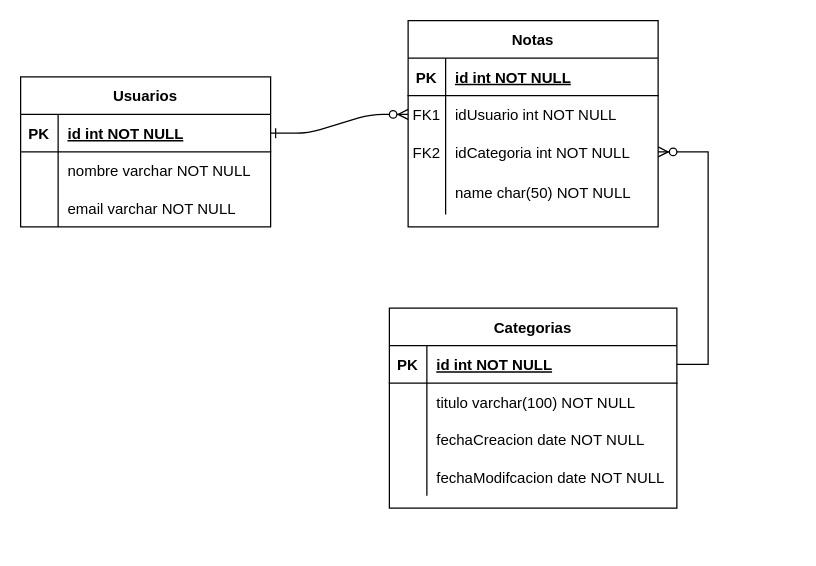
The draw.io diagram tareasDb.drawio in antoniooroug/tareasDataBase, before the edit. Source tidied: cells renumbered, new cells numbered last; positions are measured from the earlier drawing's top-left corner, leaving out a move shared by most shapes. Both pictures are drawn from the tidied source at 125%, with x=0, y=0 at pixel (20, 20).
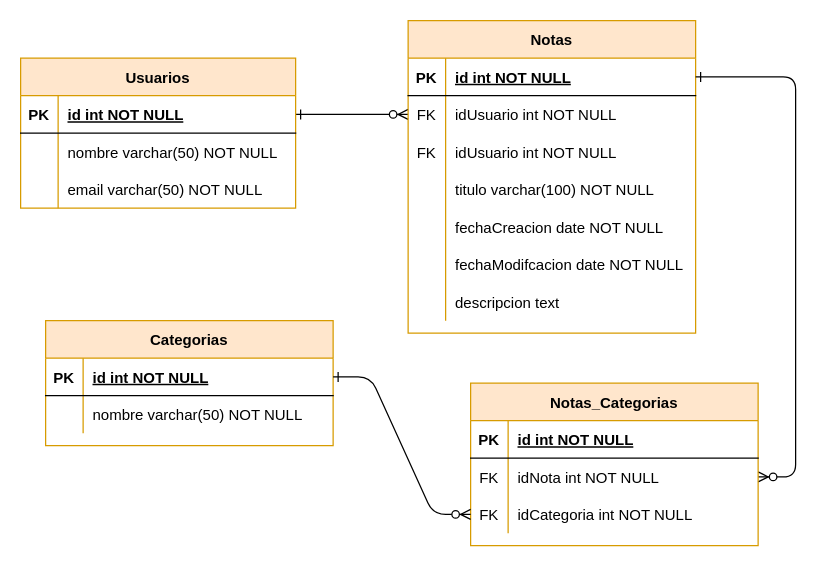
The same page after the edit.

The change refers to these unchanged cells:
```xml
<mxCell id="17" style="shape=partialRectangle;fillColor=none;points=[[0,0.5],[1,0.5]];portConstraint=eastwest;top=0;left=0;right=0;bottom=1;" parent="16" vertex="1">
  <mxGeometry y="30" width="230" height="30" as="geometry" />
</mxCell>
<mxCell id="20" style="shape=partialRectangle;fillColor=none;top=0;left=0;right=0;bottom=0;" parent="16" vertex="1">
  <mxGeometry y="60" width="230" height="30" as="geometry" />
</mxCell>
```

The edit, as a diff of the source:
```diff
@@
-    <mxCell id="3" value="Notas" style="shape=table;startSize=30;childLayout=tableLayout;rowLines=0;fontStyle=1;align=center;" parent="1" vertex="1">
-      <mxGeometry x="310" width="200" height="165" as="geometry" />
+    <mxCell id="3" value="Notas" style="shape=table;startSize=30;childLayout=tableLayout;rowLines=0;fontStyle=1;align=center;fillColor=#ffe6cc;strokeColor=#d79b00;" parent="1" vertex="1">
+      <mxGeometry x="310" width="230" height="250" as="geometry" />
     </mxCell>
     <mxCell id="4" style="shape=partialRectangle;fillColor=none;points=[[0,0.5],[1,0.5]];portConstraint=eastwest;top=0;left=0;right=0;bottom=1;" parent="3" vertex="1">
-      <mxGeometry y="30" width="200" height="30" as="geometry" />
+      <mxGeometry y="30" width="230" height="30" as="geometry" />
     </mxCell>
@@
     <mxCell id="6" value="id int NOT NULL " style="shape=partialRectangle;overflow=hidden;fillColor=none;top=0;left=0;bottom=0;right=0;align=left;spacingLeft=6;fontStyle=5;" parent="4" vertex="1">
-      <mxGeometry x="30" width="170" height="30" as="geometry" />
+      <mxGeometry x="30" width="200" height="30" as="geometry" />
     </mxCell>
     <mxCell id="7" style="shape=partialRectangle;fillColor=none;points=[[0,0.5],[1,0.5]];portConstraint=eastwest;top=0;left=0;right=0;bottom=0;" parent="3" vertex="1">
-      <mxGeometry y="60" width="200" height="30" as="geometry" />
+      <mxGeometry y="60" width="230" height="30" as="geometry" />
     </mxCell>
-    <mxCell id="8" value="FK1" style="shape=partialRectangle;overflow=hidden;fillColor=none;top=0;left=0;bottom=0;right=0;" parent="7" vertex="1">
+    <mxCell id="8" value="FK" style="shape=partialRectangle;overflow=hidden;fillColor=none;top=0;left=0;bottom=0;right=0;" parent="7" vertex="1">
       <mxGeometry width="30" height="30" as="geometry" />
     </mxCell>
     <mxCell id="9" value="idUsuario int NOT NULL" style="shape=partialRectangle;overflow=hidden;fillColor=none;top=0;left=0;bottom=0;right=0;align=left;spacingLeft=6;" parent="7" vertex="1">
-      <mxGeometry x="30" width="170" height="30" as="geometry" />
+      <mxGeometry x="30" width="200" height="30" as="geometry" />
     </mxCell>
+    <mxCell id="40" style="shape=partialRectangle;fillColor=none;top=0;left=0;right=0;bottom=0;" parent="3" vertex="1">
+      <mxGeometry y="90" width="230" height="30" as="geometry" />
+    </mxCell>
+    <mxCell id="41" value="FK" style="shape=partialRectangle;overflow=hidden;fillColor=none;top=0;left=0;bottom=0;right=0;" parent="40" vertex="1">
+      <mxGeometry width="30" height="30" as="geometry" />
+    </mxCell>
+    <mxCell id="42" value="idUsuario int NOT NULL" style="shape=partialRectangle;overflow=hidden;fillColor=none;top=0;left=0;bottom=0;right=0;align=left;spacingLeft=6;" parent="40" vertex="1">
+      <mxGeometry x="30" width="200" height="30" as="geometry" />
+    </mxCell>
+    <mxCell id="43" style="shape=partialRectangle;fillColor=none;top=0;left=0;right=0;bottom=0;" parent="3" vertex="1">
+      <mxGeometry y="120" width="230" height="30" as="geometry" />
+    </mxCell>
+    <mxCell id="44" style="shape=partialRectangle;overflow=hidden;fillColor=none;top=0;left=0;bottom=0;right=0;" parent="43" vertex="1">
+      <mxGeometry width="30" height="30" as="geometry" />
+    </mxCell>
+    <mxCell id="45" value="titulo varchar(100) NOT NULL" style="shape=partialRectangle;overflow=hidden;fillColor=none;top=0;left=0;bottom=0;right=0;align=left;spacingLeft=6;" parent="43" vertex="1">
+      <mxGeometry x="30" width="200" height="30" as="geometry" />
+    </mxCell>
+    <mxCell id="23" style="shape=partialRectangle;fillColor=none;top=0;left=0;right=0;bottom=0;" parent="3" vertex="1">
+      <mxGeometry y="150" width="230" height="30" as="geometry" />
+    </mxCell>
+    <mxCell id="24" style="shape=partialRectangle;overflow=hidden;fillColor=none;top=0;left=0;bottom=0;right=0;" parent="23" vertex="1">
+      <mxGeometry width="30" height="30" as="geometry" />
+    </mxCell>
+    <mxCell id="25" value="fechaCreacion date NOT NULL" style="shape=partialRectangle;overflow=hidden;fillColor=none;top=0;left=0;bottom=0;right=0;align=left;spacingLeft=6;" parent="23" vertex="1">
+      <mxGeometry x="30" width="200" height="30" as="geometry" />
+    </mxCell>
+    <mxCell id="26" style="shape=partialRectangle;fillColor=none;top=0;left=0;right=0;bottom=0;" parent="3" vertex="1">
+      <mxGeometry y="180" width="230" height="30" as="geometry" />
+    </mxCell>
+    <mxCell id="27" style="shape=partialRectangle;overflow=hidden;fillColor=none;top=0;left=0;bottom=0;right=0;" parent="26" vertex="1">
+      <mxGeometry width="30" height="30" as="geometry" />
+    </mxCell>
+    <mxCell id="28" value="fechaModifcacion date NOT NULL" style="shape=partialRectangle;overflow=hidden;fillColor=none;top=0;left=0;bottom=0;right=0;align=left;spacingLeft=6;" parent="26" vertex="1">
+      <mxGeometry x="30" width="200" height="30" as="geometry" />
+    </mxCell>
     <mxCell id="10" style="shape=partialRectangle;fillColor=none;points=[[0,0.5],[1,0.5]];portConstraint=eastwest;top=0;left=0;right=0;bottom=0;" parent="3" vertex="1">
-      <mxGeometry y="90" width="200" height="30" as="geometry" />
+      <mxGeometry y="210" width="230" height="30" as="geometry" />
     </mxCell>
-    <mxCell id="11" value="FK2" style="shape=partialRectangle;overflow=hidden;fillColor=none;top=0;left=0;bottom=0;right=0;" parent="10" vertex="1">
+    <mxCell id="11" style="shape=partialRectangle;overflow=hidden;fillColor=none;top=0;left=0;bottom=0;right=0;" parent="10" vertex="1">
       <mxGeometry width="30" height="30" as="geometry" />
     </mxCell>
-    <mxCell id="12" value="idCategoria int NOT NULL" style="shape=partialRectangle;overflow=hidden;fillColor=none;top=0;left=0;bottom=0;right=0;align=left;spacingLeft=6;" parent="10" vertex="1">
-      <mxGeometry x="30" width="170" height="30" as="geometry" />
+    <mxCell id="12" value="descripcion text" style="shape=partialRectangle;overflow=hidden;fillColor=none;top=0;left=0;bottom=0;right=0;align=left;spacingLeft=6;" parent="10" vertex="1">
+      <mxGeometry x="30" width="200" height="30" as="geometry" />
     </mxCell>
-    <mxCell id="13" style="shape=partialRectangle;fillColor=none;top=0;left=0;right=0;bottom=0;" parent="3" vertex="1">
-      <mxGeometry y="120" width="200" height="35" as="geometry" />
-    </mxCell>
-    <mxCell id="14" style="shape=partialRectangle;overflow=hidden;fillColor=none;top=0;left=0;bottom=0;right=0;" parent="13" vertex="1">
-      <mxGeometry width="30" height="35" as="geometry" />
-    </mxCell>
-    <mxCell id="15" value="name char(50) NOT NULL" style="shape=partialRectangle;overflow=hidden;fillColor=none;top=0;left=0;bottom=0;right=0;align=left;spacingLeft=6;" parent="13" vertex="1">
-      <mxGeometry x="30" width="170" height="35" as="geometry" />
-    </mxCell>
-    <mxCell id="16" value="Categorias" style="shape=table;startSize=30;childLayout=tableLayout;rowLines=0;fontStyle=1;align=center;" parent="1" vertex="1">
-      <mxGeometry x="295" y="230" width="230" height="160" as="geometry" />
+    <mxCell id="16" value="Categorias" style="shape=table;startSize=30;childLayout=tableLayout;rowLines=0;fontStyle=1;align=center;fillColor=#ffe6cc;strokeColor=#d79b00;" parent="1" vertex="1">
+      <mxGeometry x="20" y="240" width="230" height="100" as="geometry" />
     </mxCell>
@@
-    <mxCell id="22" value="titulo varchar(100) NOT NULL" style="shape=partialRectangle;overflow=hidden;fillColor=none;top=0;left=0;bottom=0;right=0;align=left;spacingLeft=6;" parent="20" vertex="1">
+    <mxCell id="22" value="nombre varchar(50) NOT NULL" style="shape=partialRectangle;overflow=hidden;fillColor=none;top=0;left=0;bottom=0;right=0;align=left;spacingLeft=6;" parent="20" vertex="1">
       <mxGeometry x="30" width="200" height="30" as="geometry" />
     </mxCell>
-    <mxCell id="23" style="shape=partialRectangle;fillColor=none;top=0;left=0;right=0;bottom=0;" parent="16" vertex="1">
-      <mxGeometry y="90" width="230" height="30" as="geometry" />
-    </mxCell>
-    <mxCell id="24" style="shape=partialRectangle;overflow=hidden;fillColor=none;top=0;left=0;bottom=0;right=0;" parent="23" vertex="1">
-      <mxGeometry width="30" height="30" as="geometry" />
-    </mxCell>
-    <mxCell id="25" value="fechaCreacion date NOT NULL" style="shape=partialRectangle;overflow=hidden;fillColor=none;top=0;left=0;bottom=0;right=0;align=left;spacingLeft=6;" parent="23" vertex="1">
-      <mxGeometry x="30" width="200" height="30" as="geometry" />
-    </mxCell>
-    <mxCell id="26" style="shape=partialRectangle;fillColor=none;top=0;left=0;right=0;bottom=0;" parent="16" vertex="1">
-      <mxGeometry y="120" width="230" height="30" as="geometry" />
-    </mxCell>
-    <mxCell id="27" style="shape=partialRectangle;overflow=hidden;fillColor=none;top=0;left=0;bottom=0;right=0;" parent="26" vertex="1">
-      <mxGeometry width="30" height="30" as="geometry" />
-    </mxCell>
-    <mxCell id="28" value="fechaModifcacion date NOT NULL" style="shape=partialRectangle;overflow=hidden;fillColor=none;top=0;left=0;bottom=0;right=0;align=left;spacingLeft=6;" parent="26" vertex="1">
-      <mxGeometry x="30" width="200" height="30" as="geometry" />
-    </mxCell>
-    <mxCell id="29" value="Usuarios" style="shape=table;startSize=30;childLayout=tableLayout;rowLines=0;fontStyle=1;align=center;" parent="1" vertex="1">
-      <mxGeometry y="45" width="200" height="120" as="geometry" />
+    <mxCell id="29" value="Usuarios" style="shape=table;startSize=30;childLayout=tableLayout;rowLines=0;fontStyle=1;align=center;fillColor=#ffe6cc;strokeColor=#d79b00;" parent="1" vertex="1">
+      <mxGeometry y="30" width="220" height="120" as="geometry" />
     </mxCell>
     <mxCell id="30" style="shape=partialRectangle;fillColor=none;points=[[0,0.5],[1,0.5]];portConstraint=eastwest;top=0;left=0;right=0;bottom=1;" parent="29" vertex="1">
-      <mxGeometry y="30" width="200" height="30" as="geometry" />
+      <mxGeometry y="30" width="220" height="30" as="geometry" />
     </mxCell>
@@
     <mxCell id="32" value="id int NOT NULL " style="shape=partialRectangle;overflow=hidden;fillColor=none;top=0;left=0;bottom=0;right=0;align=left;spacingLeft=6;fontStyle=5;" parent="30" vertex="1">
-      <mxGeometry x="30" width="170" height="30" as="geometry" />
+      <mxGeometry x="30" width="190" height="30" as="geometry" />
     </mxCell>
     <mxCell id="33" style="shape=partialRectangle;fillColor=none;top=0;left=0;right=0;bottom=0;" parent="29" vertex="1">
-      <mxGeometry y="60" width="200" height="30" as="geometry" />
+      <mxGeometry y="60" width="220" height="30" as="geometry" />
     </mxCell>
@@
-    <mxCell id="35" value="nombre varchar NOT NULL" style="shape=partialRectangle;overflow=hidden;fillColor=none;top=0;left=0;bottom=0;right=0;align=left;spacingLeft=6;" parent="33" vertex="1">
-      <mxGeometry x="30" width="170" height="30" as="geometry" />
+    <mxCell id="35" value="nombre varchar(50) NOT NULL" style="shape=partialRectangle;overflow=hidden;fillColor=none;top=0;left=0;bottom=0;right=0;align=left;spacingLeft=6;" parent="33" vertex="1">
+      <mxGeometry x="30" width="190" height="30" as="geometry" />
     </mxCell>
     <mxCell id="36" style="shape=partialRectangle;fillColor=none;top=0;left=0;right=0;bottom=0;" parent="29" vertex="1">
-      <mxGeometry y="90" width="200" height="30" as="geometry" />
+      <mxGeometry y="90" width="220" height="30" as="geometry" />
     </mxCell>
@@
-    <mxCell id="38" value="email varchar NOT NULL" style="shape=partialRectangle;overflow=hidden;fillColor=none;top=0;left=0;bottom=0;right=0;align=left;spacingLeft=6;" parent="36" vertex="1">
-      <mxGeometry x="30" width="170" height="30" as="geometry" />
+    <mxCell id="38" value="email varchar(50) NOT NULL" style="shape=partialRectangle;overflow=hidden;fillColor=none;top=0;left=0;bottom=0;right=0;align=left;spacingLeft=6;" parent="36" vertex="1">
+      <mxGeometry x="30" width="190" height="30" as="geometry" />
     </mxCell>
-    <mxCell id="39" style="edgeStyle=elbowEdgeStyle;fontSize=12;html=1;endArrow=ERzeroToMany;endFill=1;rounded=0;entryX=1;entryY=0.5;entryDx=0;entryDy=0;exitX=1;exitY=0.5;exitDx=0;exitDy=0;" parent="1" edge="1" source="17" target="10">
-      <mxGeometry relative="1" as="geometry">
-        <Array as="points">
-          <mxPoint x="550" y="190" />
-        </Array>
-      </mxGeometry>
-    </mxCell>
+    <mxCell id="46" style="edgeStyle=entityRelationEdgeStyle;endArrow=ERzeroToMany;startArrow=ERone;endFill=1;startFill=0;exitX=1;exitY=0.5;exitDx=0;exitDy=0;" parent="1" edge="1" source="4" target="51">
+      <mxGeometry relative="1" as="geometry" />
+    </mxCell>
+    <mxCell id="47" value="Notas_Categorias" style="shape=table;startSize=30;childLayout=tableLayout;rowLines=0;fontStyle=1;align=center;fillColor=#ffe6cc;strokeColor=#d79b00;" parent="1" vertex="1">
+      <mxGeometry x="360" y="290" width="230" height="130" as="geometry" />
+    </mxCell>
+    <mxCell id="48" style="shape=partialRectangle;fillColor=none;top=0;left=0;right=0;bottom=1;" parent="47" vertex="1">
+      <mxGeometry y="30" width="230" height="30" as="geometry" />
+    </mxCell>
+    <mxCell id="49" value="PK" style="shape=partialRectangle;overflow=hidden;fillColor=none;top=0;left=0;bottom=0;right=0;fontStyle=1;" parent="48" vertex="1">
+      <mxGeometry width="30" height="30" as="geometry" />
+    </mxCell>
+    <mxCell id="50" value="id int NOT NULL " style="shape=partialRectangle;overflow=hidden;fillColor=none;top=0;left=0;bottom=0;right=0;align=left;spacingLeft=6;fontStyle=5;" parent="48" vertex="1">
+      <mxGeometry x="30" width="200" height="30" as="geometry" />
+    </mxCell>
+    <mxCell id="51" style="shape=partialRectangle;fillColor=none;points=[[0,0.5],[1,0.5]];portConstraint=eastwest;top=0;left=0;right=0;bottom=0;" parent="47" vertex="1">
+      <mxGeometry y="60" width="230" height="30" as="geometry" />
+    </mxCell>
+    <mxCell id="52" value="FK" style="shape=partialRectangle;overflow=hidden;fillColor=none;top=0;left=0;bottom=0;right=0;" parent="51" vertex="1">
+      <mxGeometry width="30" height="30" as="geometry" />
+    </mxCell>
+    <mxCell id="53" value="idNota int NOT NULL" style="shape=partialRectangle;overflow=hidden;fillColor=none;top=0;left=0;bottom=0;right=0;align=left;spacingLeft=6;" parent="51" vertex="1">
+      <mxGeometry x="30" width="200" height="30" as="geometry" />
+    </mxCell>
+    <mxCell id="54" style="shape=partialRectangle;fillColor=none;points=[[0,0.5],[1,0.5]];portConstraint=eastwest;top=0;left=0;right=0;bottom=0;" parent="47" vertex="1">
+      <mxGeometry y="90" width="230" height="30" as="geometry" />
+    </mxCell>
+    <mxCell id="55" value="FK" style="shape=partialRectangle;overflow=hidden;fillColor=none;top=0;left=0;bottom=0;right=0;" parent="54" vertex="1">
+      <mxGeometry width="30" height="30" as="geometry" />
+    </mxCell>
+    <mxCell id="56" value="idCategoria int NOT NULL" style="shape=partialRectangle;overflow=hidden;fillColor=none;top=0;left=0;bottom=0;right=0;align=left;spacingLeft=6;" parent="54" vertex="1">
+      <mxGeometry x="30" width="200" height="30" as="geometry" />
+    </mxCell>
+    <mxCell id="57" style="edgeStyle=entityRelationEdgeStyle;endArrow=ERzeroToMany;startArrow=ERone;endFill=1;startFill=0;exitX=1;exitY=0.5;exitDx=0;exitDy=0;entryX=0;entryY=0.5;entryDx=0;entryDy=0;" parent="1" edge="1" source="17" target="54">
+      <mxGeometry relative="1" as="geometry" />
+    </mxCell>
```
